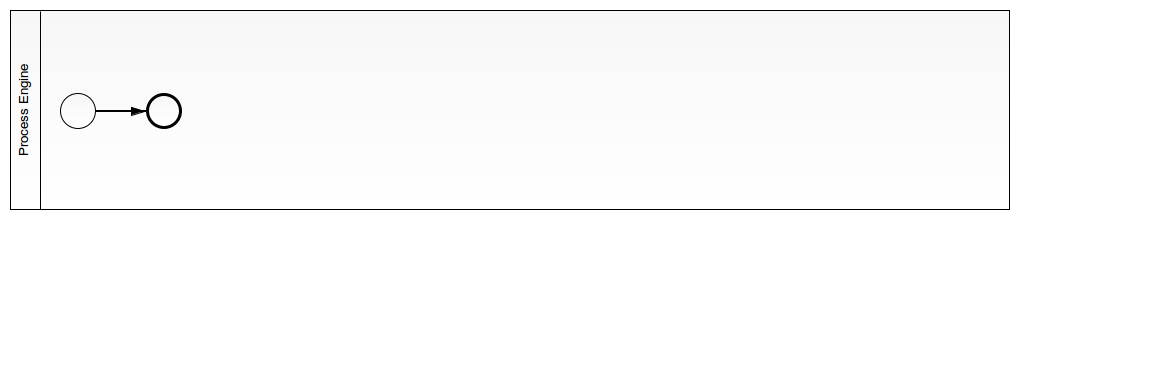
Above: snippets/multiple-versions-parallel/src/main/resources/process.png in camunda-consulting/camunda-7-code-examples (BPMN), before the change. Its source is kept beside it as snippets/multiple-versions-parallel/src/main/resources/process.bpmn. Ids are renumbered.
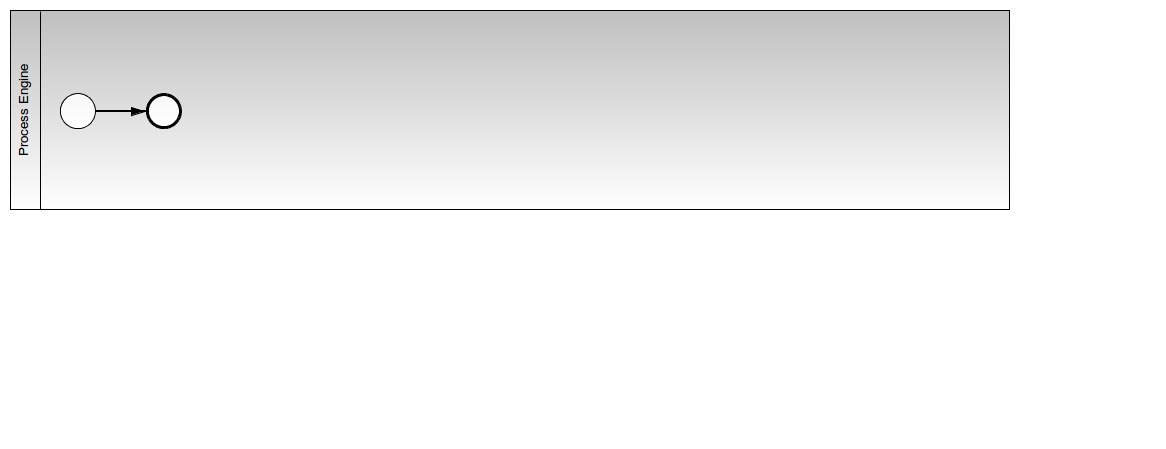
The same diagram one commit later.

Commit message:
Add custom property

What changed in the source:
```diff
@@ -1,6 +1,12 @@
 <bpmn2:definitions xmlns:xsi="http://www.w3.org/2001/XMLSchema-instance" xmlns:bpmn2="http://www.omg.org/spec/BPMN/20100524/MODEL" xmlns:bpmndi="http://www.omg.org/spec/BPMN/20100524/DI" xmlns:camunda="http://activiti.org/bpmn" xmlns:dc="http://www.omg.org/spec/DD/20100524/DC" xmlns:di="http://www.omg.org/spec/DD/20100524/DI" xsi:schemaLocation="http://www.omg.org/spec/BPMN/20100524/MODEL BPMN20.xsd" id="Definitions_1" exporter="camunda modeler" exporterVersion="2.6.0" targetNamespace="http://www.example.org/bpmn">
   <bpmn2:collaboration id="Collaboration_1" name="Default Collaboration">
-    <bpmn2:participant id="Process_Engine" name="Process Engine" processRef="multiple-versions-parallel-v${parsedVersion.majorVersion}.${parsedVersion.minorVersion}"/>
+    <bpmn2:participant id="Process_Engine" name="Process Engine" processRef="multiple-versions-parallel-v${parsedVersion.majorVersion}.${parsedVersion.minorVersion}">
+      <bpmn2:extensionElements>
+        <camunda:properties>
+          <camunda:property value="${parsedVersion.majorVersion}.${parsedVersion.minorVersion}" name="version"/>
+        </camunda:properties>
+      </bpmn2:extensionElements>
+    </bpmn2:participant>
   </bpmn2:collaboration>
   <bpmn2:process id="multiple-versions-parallel-v${parsedVersion.majorVersion}.${parsedVersion.minorVersion}" name="Multiple Versions Parallel ${parsedVersion.majorVersion}.${parsedVersion.minorVersion}" isExecutable="true">
     <bpmn2:startEvent id="StartEvent_1">
```
